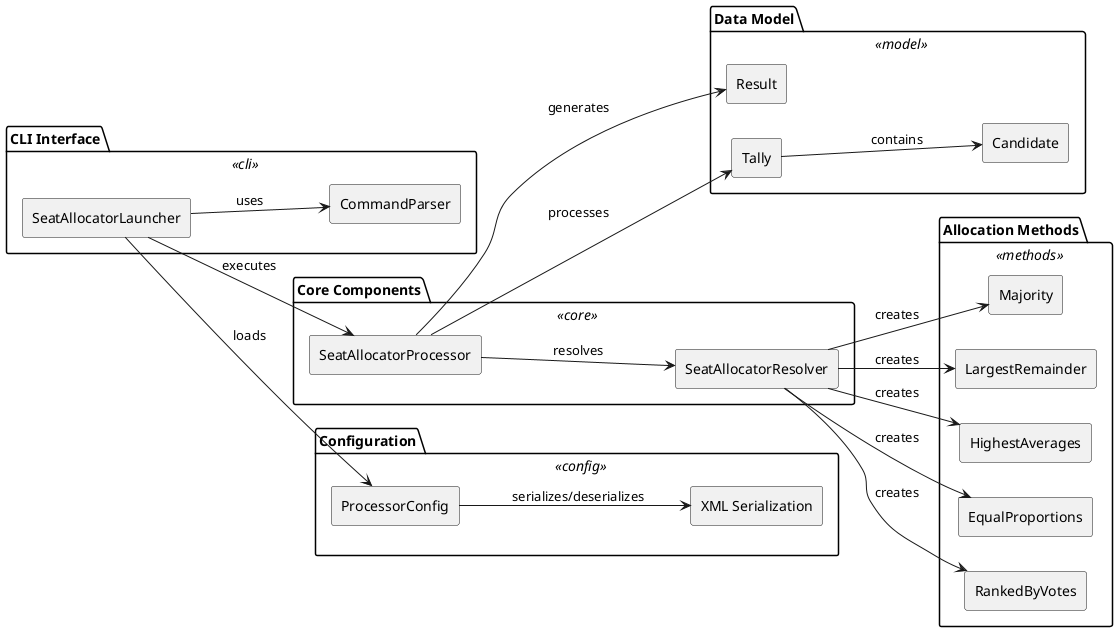
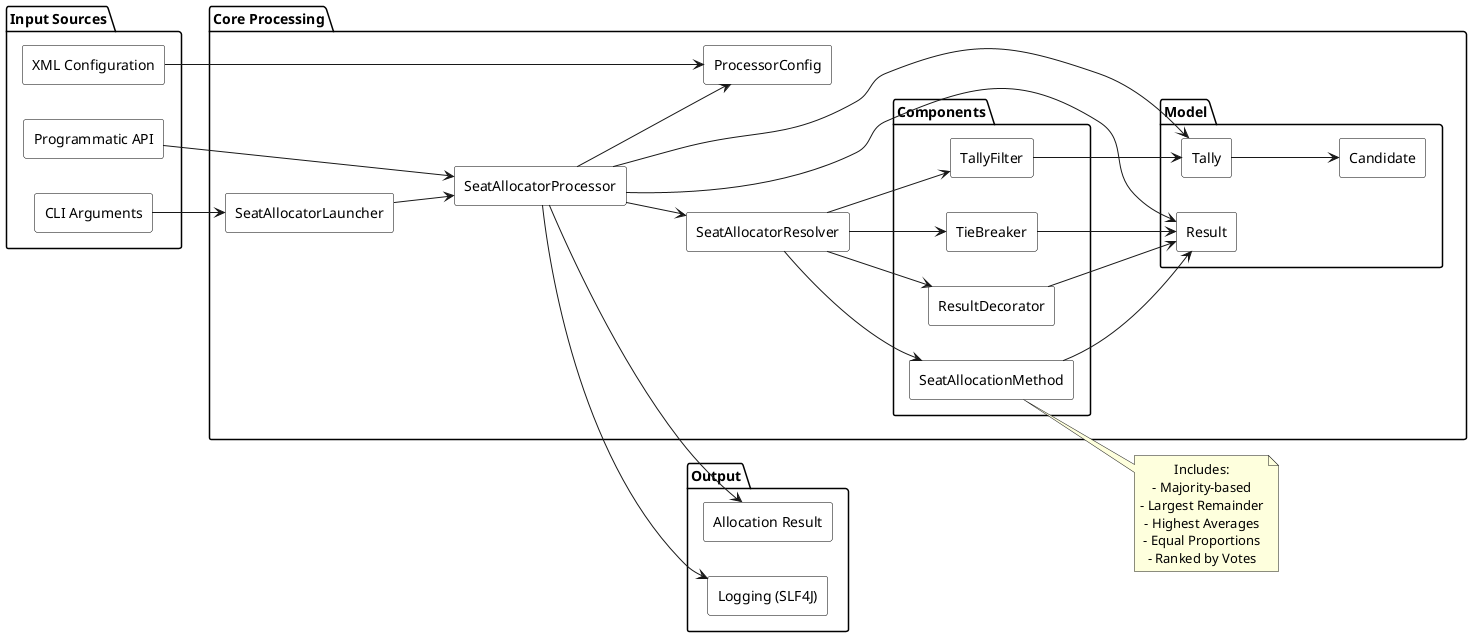
@startuml pau-minoves_jseats
left to right direction
skinparam rectangle {
-   BackgroundColor<<core>> #d9e7fd
-   BackgroundColor<<model>> #d8f5d3
-   BackgroundColor<<methods>> #fff1c9
-   BackgroundColor<<cli>> #fddddd
-   BackgroundColor<<config>> #d4f0f0
+   BackgroundColor #ffffff
+   BorderColor black
  Style roundrect
}
skinparam defaultTextAlignment center

- package "Core Components" <<core>> {
-   rectangle "SeatAllocatorProcessor" as Processor
-   rectangle "SeatAllocatorResolver" as Resolver
+ package "Input Sources" {
+   rectangle "XML Configuration" as xmlConfig
+   rectangle "Programmatic API" as apiInput
+   rectangle "CLI Arguments" as cliInput
}

- package "Data Model" <<model>> {
-   rectangle "Tally" as Tally
-   rectangle "Candidate" as Candidate
-   rectangle "Result" as Result
+ package "Core Processing" {
+   rectangle "SeatAllocatorLauncher" as launcher
+   rectangle "ProcessorConfig" as config
+   rectangle "SeatAllocatorProcessor" as processor
+   rectangle "SeatAllocatorResolver" as resolver
+ 
+   package "Model" {
+     rectangle "Tally" as tally
+     rectangle "Candidate" as candidate
+     rectangle "Result" as result
+   }
+ 
+   package "Components" {
+     rectangle "SeatAllocationMethod" as method
+     rectangle "TallyFilter" as filter
+     rectangle "ResultDecorator" as decorator
+     rectangle "TieBreaker" as tieBreaker
+   }
}

- package "Allocation Methods" <<methods>> {
-   rectangle "Majority" as Majority
-   rectangle "LargestRemainder" as LR
-   rectangle "HighestAverages" as HA
-   rectangle "EqualProportions" as EP
-   rectangle "RankedByVotes" as RBV
+ package "Output" {
+   rectangle "Allocation Result" as output
+   rectangle "Logging (SLF4J)" as logging
}

- package "Configuration" <<config>> {
-   rectangle "ProcessorConfig" as Config
-   rectangle "XML Serialization" as XML
- }
+ xmlConfig --> config
+ apiInput --> processor
+ cliInput --> launcher

- package "CLI Interface" <<cli>> {
-   rectangle "SeatAllocatorLauncher" as CLI
-   rectangle "CommandParser" as Parser
- }
+ launcher --> processor
+ processor --> config
+ processor --> resolver
+ processor --> tally
+ processor --> result

- Processor --> Resolver : resolves
- Processor --> Tally : processes
- Processor --> Result : generates
- Resolver --> Majority : creates
- Resolver --> LR : creates
- Resolver --> HA : creates
- Resolver --> EP : creates
- Resolver --> RBV : creates
- Tally --> Candidate : contains
- Config --> XML : serializes/deserializes
- CLI --> Parser : uses
- CLI --> Processor : executes
- CLI --> Config : loads
+ resolver --> method
+ resolver --> filter
+ resolver --> decorator
+ resolver --> tieBreaker
+ 
+ tally --> candidate
+ method --> result
+ filter --> tally
+ decorator --> result
+ tieBreaker --> result
+ 
+ processor --> output
+ processor --> logging
+ 
+ note right of method
+   Includes:
+   - Majority-based
+   - Largest Remainder
+   - Highest Averages
+   - Equal Proportions
+   - Ranked by Votes
+ end note
@enduml